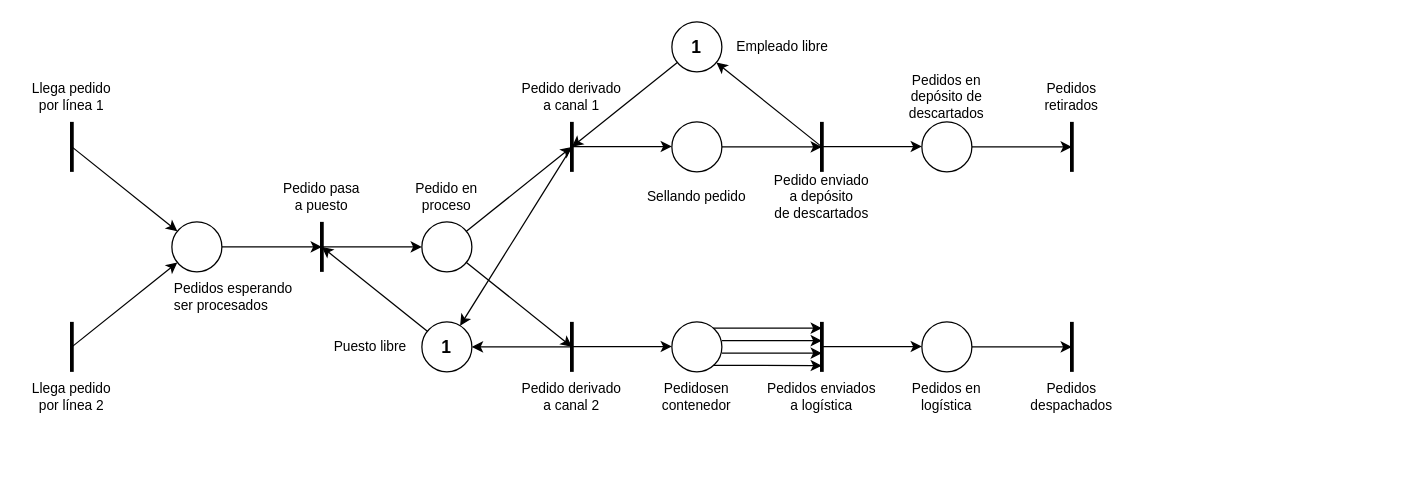
Before: RP_7.drawio in mvalleym/ing_software1, a draw.io diagram. Source tidied: cells renumbered, new cells numbered last; positions are measured from the earlier drawing's top-left corner, leaving out a move shared by most shapes. Both pictures are drawn from the tidied source at 125%, with x=0, y=0 at pixel (21, 21).
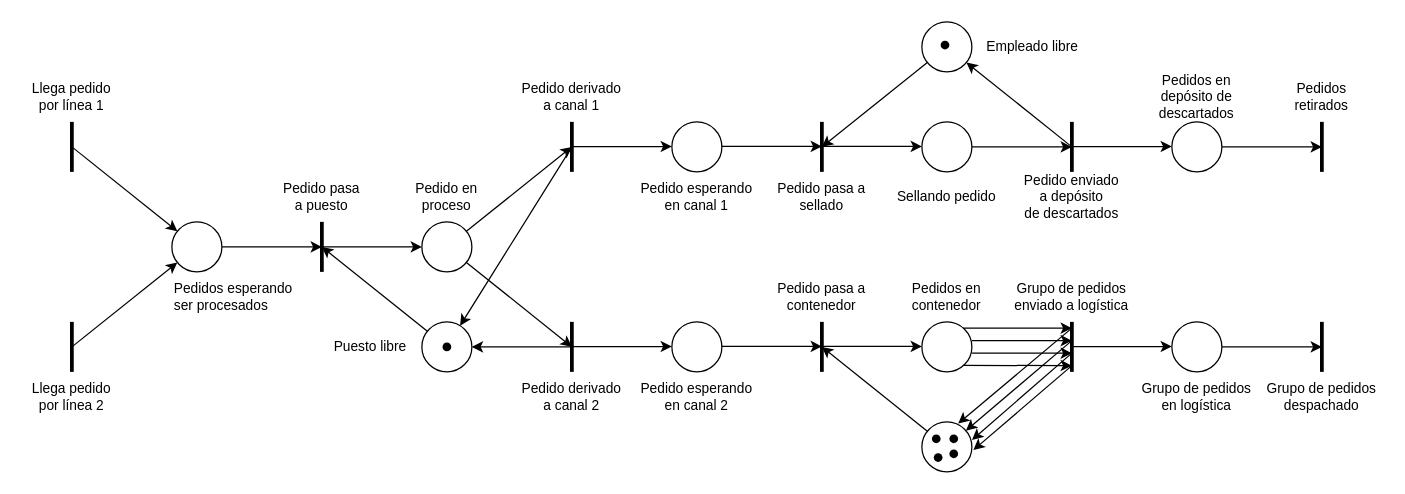
The same diagram, later.

What changed in the source:
```diff
@@
     <mxCell id="12" style="edgeStyle=none;rounded=0;jettySize=auto;html=1;strokeWidth=1;" parent="1" edge="1" source="13">
       <mxGeometry relative="1" as="geometry">
-        <mxPoint x="440" y="100" as="targetPoint" />
+        <mxPoint x="640" y="100" as="targetPoint" />
       </mxGeometry>
     </mxCell>
     <mxCell id="13" style="ellipse;whiteSpace=wrap;html=1;" parent="1" vertex="1">
-      <mxGeometry x="520" width="40" height="40" as="geometry" />
+      <mxGeometry x="720" width="40" height="40" as="geometry" />
     </mxCell>
     <mxCell id="14" style="endArrow=none;html=1;strokeWidth=3;" parent="1" edge="1">
       <mxGeometry relative="1" as="geometry">
-        <mxPoint x="640" y="120" as="sourcePoint" />
-        <mxPoint x="640" y="80" as="targetPoint" />
+        <mxPoint x="840" y="120" as="sourcePoint" />
+        <mxPoint x="840" y="80" as="targetPoint" />
       </mxGeometry>
     </mxCell>
     <mxCell id="15" style="edgeStyle=none;rounded=0;orthogonalLoop=1;jettySize=auto;html=1;strokeWidth=1;" parent="1" edge="1">
       <mxGeometry relative="1" as="geometry">
-        <mxPoint x="560" y="255" as="sourcePoint" />
-        <mxPoint x="640" y="255" as="targetPoint" />
+        <mxPoint x="760" y="255" as="sourcePoint" />
+        <mxPoint x="840" y="255" as="targetPoint" />
       </mxGeometry>
     </mxCell>
     <mxCell id="16" style="ellipse;whiteSpace=wrap;html=1;" parent="1" vertex="1">
-      <mxGeometry x="520" y="240" width="40" height="40" as="geometry" />
+      <mxGeometry x="720" y="240" width="40" height="40" as="geometry" />
     </mxCell>
     <mxCell id="17" style="endArrow=none;html=1;strokeWidth=3;" parent="1" edge="1">
       <mxGeometry relative="1" as="geometry">
-        <mxPoint x="640" y="280" as="sourcePoint" />
-        <mxPoint x="640" y="240" as="targetPoint" />
+        <mxPoint x="840" y="280" as="sourcePoint" />
+        <mxPoint x="840" y="240" as="targetPoint" />
       </mxGeometry>
     </mxCell>
     <mxCell id="18" style="edgeStyle=none;rounded=0;jettySize=auto;html=1;strokeWidth=1;" parent="1" edge="1" source="19">
       <mxGeometry relative="1" as="geometry">
-        <mxPoint x="640" y="100" as="targetPoint" />
+        <mxPoint x="840" y="100" as="targetPoint" />
       </mxGeometry>
     </mxCell>
     <mxCell id="19" style="ellipse;whiteSpace=wrap;html=1;" parent="1" vertex="1">
-      <mxGeometry x="520" y="80" width="40" height="40" as="geometry" />
+      <mxGeometry x="720" y="80" width="40" height="40" as="geometry" />
     </mxCell>
     <mxCell id="20" style="edgeStyle=none;rounded=0;jettySize=auto;html=1;strokeWidth=1;" parent="1" edge="1" source="21">
       <mxGeometry relative="1" as="geometry">
-        <mxPoint x="840" y="260" as="targetPoint" />
+        <mxPoint x="1040" y="260" as="targetPoint" />
       </mxGeometry>
     </mxCell>
     <mxCell id="21" style="ellipse;whiteSpace=wrap;html=1;" parent="1" vertex="1">
-      <mxGeometry x="720" y="240" width="40" height="40" as="geometry" />
+      <mxGeometry x="920" y="240" width="40" height="40" as="geometry" />
     </mxCell>
     <mxCell id="22" style="endArrow=none;html=1;strokeWidth=3;" parent="1" edge="1">
       <mxGeometry relative="1" as="geometry">
-        <mxPoint x="840" y="280" as="sourcePoint" />
-        <mxPoint x="840" y="240" as="targetPoint" />
+        <mxPoint x="1040" y="280" as="sourcePoint" />
+        <mxPoint x="1040" y="240" as="targetPoint" />
       </mxGeometry>
     </mxCell>
     <mxCell id="23" style="edgeStyle=none;rounded=0;jettySize=auto;html=1;strokeWidth=1;" parent="1" edge="1" source="24">
       <mxGeometry relative="1" as="geometry">
-        <mxPoint x="840" y="100" as="targetPoint" />
+        <mxPoint x="1040" y="100" as="targetPoint" />
       </mxGeometry>
     </mxCell>
     <mxCell id="24" style="ellipse;whiteSpace=wrap;html=1;" parent="1" vertex="1">
-      <mxGeometry x="720" y="80" width="40" height="40" as="geometry" />
+      <mxGeometry x="920" y="80" width="40" height="40" as="geometry" />
     </mxCell>
     <mxCell id="25" style="endArrow=none;html=1;strokeWidth=3;" parent="1" edge="1">
       <mxGeometry relative="1" as="geometry">
-        <mxPoint x="840" y="120" as="sourcePoint" />
-        <mxPoint x="840" y="80" as="targetPoint" />
+        <mxPoint x="1040" y="120" as="sourcePoint" />
+        <mxPoint x="1040" y="80" as="targetPoint" />
       </mxGeometry>
     </mxCell>
@@
     <mxCell id="28" style="edgeStyle=none;rounded=0;orthogonalLoop=1;jettySize=auto;html=1;strokeWidth=1;" parent="1" edge="1">
       <mxGeometry relative="1" as="geometry">
-        <mxPoint x="640" y="99.7" as="sourcePoint" />
-        <mxPoint x="720" y="99.7" as="targetPoint" />
+        <mxPoint x="840" y="99.7" as="sourcePoint" />
+        <mxPoint x="920" y="99.7" as="targetPoint" />
       </mxGeometry>
     </mxCell>
     <mxCell id="29" style="edgeStyle=none;rounded=0;orthogonalLoop=1;jettySize=auto;html=1;strokeWidth=1;" parent="1" edge="1">
       <mxGeometry relative="1" as="geometry">
-        <mxPoint x="640" y="259.7" as="sourcePoint" />
-        <mxPoint x="720" y="259.7" as="targetPoint" />
+        <mxPoint x="840" y="259.7" as="sourcePoint" />
+        <mxPoint x="920" y="259.7" as="targetPoint" />
       </mxGeometry>
     </mxCell>
@@
     <mxCell id="33" style="edgeStyle=none;rounded=0;jettySize=auto;html=1;strokeWidth=1;" parent="1" edge="1" target="13">
       <mxGeometry relative="1" as="geometry">
-        <mxPoint x="640" y="100" as="sourcePoint" />
+        <mxPoint x="840" y="100" as="sourcePoint" />
       </mxGeometry>
     </mxCell>
-    <mxCell id="34" value="&lt;b&gt;&lt;font style=&quot;font-size: 14px&quot;&gt;1&lt;/font&gt;&lt;/b&gt;" style="text;html=1;strokeColor=none;fillColor=none;align=center;verticalAlign=middle;whiteSpace=wrap;rounded=0;" parent="1" vertex="1">
-      <mxGeometry x="520" y="10" width="40" height="20" as="geometry" />
-    </mxCell>
@@
-    <mxCell id="39" value="1" style="text;html=1;strokeColor=none;fillColor=none;align=center;verticalAlign=middle;whiteSpace=wrap;rounded=0;fontStyle=1;fontSize=14;" parent="1" vertex="1">
-      <mxGeometry x="320" y="250" width="40" height="20" as="geometry" />
-    </mxCell>
     <mxCell id="40" style="edgeStyle=none;rounded=0;orthogonalLoop=1;jettySize=auto;html=1;strokeWidth=1;" parent="1" edge="1">
       <mxGeometry relative="1" as="geometry">
-        <mxPoint x="553" y="245" as="sourcePoint" />
-        <mxPoint x="640" y="245" as="targetPoint" />
+        <mxPoint x="753" y="245" as="sourcePoint" />
+        <mxPoint x="840" y="245" as="targetPoint" />
       </mxGeometry>
     </mxCell>
     <mxCell id="41" style="edgeStyle=none;rounded=0;orthogonalLoop=1;jettySize=auto;html=1;strokeWidth=1;" parent="1" edge="1">
       <mxGeometry relative="1" as="geometry">
-        <mxPoint x="560" y="265" as="sourcePoint" />
-        <mxPoint x="640" y="265" as="targetPoint" />
+        <mxPoint x="760" y="265" as="sourcePoint" />
+        <mxPoint x="840" y="265" as="targetPoint" />
       </mxGeometry>
     </mxCell>
     <mxCell id="42" style="edgeStyle=none;rounded=0;orthogonalLoop=1;jettySize=auto;html=1;strokeWidth=1;" parent="1" edge="1">
       <mxGeometry relative="1" as="geometry">
-        <mxPoint x="553" y="274.8" as="sourcePoint" />
-        <mxPoint x="640" y="275" as="targetPoint" />
+        <mxPoint x="753" y="274.8" as="sourcePoint" />
+        <mxPoint x="840" y="275" as="targetPoint" />
       </mxGeometry>
     </mxCell>
@@
     <mxCell id="51" value="Sellando pedido" style="text;html=1;strokeColor=none;fillColor=none;align=center;verticalAlign=middle;whiteSpace=wrap;rounded=0;fontSize=11;" parent="1" vertex="1">
-      <mxGeometry x="490" y="120" width="100" height="40" as="geometry" />
+      <mxGeometry x="690" y="120" width="100" height="40" as="geometry" />
     </mxCell>
     <mxCell id="52" value="Empleado libre" style="text;html=1;strokeColor=none;fillColor=none;align=left;verticalAlign=middle;whiteSpace=wrap;rounded=0;fontSize=11;" parent="1" vertex="1">
-      <mxGeometry x="570" width="100" height="40" as="geometry" />
+      <mxGeometry x="770" width="100" height="40" as="geometry" />
     </mxCell>
-    <mxCell id="53" value="Pedidosen contenedor" style="text;html=1;strokeColor=none;fillColor=none;align=center;verticalAlign=middle;whiteSpace=wrap;rounded=0;fontSize=11;" parent="1" vertex="1">
-      <mxGeometry x="490" y="280" width="100" height="40" as="geometry" />
-    </mxCell>
-    <mxCell id="54" value="&lt;div&gt;Pedidos enviados&lt;/div&gt;&lt;div&gt;a logística&lt;br&gt;&lt;/div&gt;" style="text;html=1;strokeColor=none;fillColor=none;align=center;verticalAlign=middle;whiteSpace=wrap;rounded=0;fontSize=11;" parent="1" vertex="1">
-      <mxGeometry x="590" y="280" width="100" height="40" as="geometry" />
-    </mxCell>
-    <mxCell id="55" value="&lt;div&gt;Pedidos en&lt;/div&gt;&lt;div&gt;logística&lt;br&gt;&lt;/div&gt;" style="text;html=1;strokeColor=none;fillColor=none;align=center;verticalAlign=middle;whiteSpace=wrap;rounded=0;fontSize=11;" parent="1" vertex="1">
-      <mxGeometry x="690" y="280" width="100" height="40" as="geometry" />
-    </mxCell>
-    <mxCell id="56" value="&lt;div&gt;Pedidos despachados&lt;/div&gt;" style="text;html=1;strokeColor=none;fillColor=none;align=center;verticalAlign=middle;whiteSpace=wrap;rounded=0;fontSize=11;" parent="1" vertex="1">
-      <mxGeometry x="790" y="280" width="100" height="40" as="geometry" />
+    <mxCell id="56" value="&lt;div&gt;Grupo de pedidos despachado&lt;/div&gt;" style="text;html=1;strokeColor=none;fillColor=none;align=center;verticalAlign=middle;whiteSpace=wrap;rounded=0;fontSize=11;" parent="1" vertex="1">
+      <mxGeometry x="990" y="280" width="100" height="40" as="geometry" />
     </mxCell>
     <mxCell id="57" value="&lt;div&gt;Pedidos&lt;/div&gt;&lt;div&gt;retirados&lt;/div&gt;" style="text;html=1;strokeColor=none;fillColor=none;align=center;verticalAlign=middle;whiteSpace=wrap;rounded=0;fontSize=11;" parent="1" vertex="1">
-      <mxGeometry x="790" y="40" width="100" height="40" as="geometry" />
+      <mxGeometry x="990" y="40" width="100" height="40" as="geometry" />
     </mxCell>
     <mxCell id="58" value="&lt;div&gt;Pedidos en depósito de descartados&lt;br&gt;&lt;/div&gt;" style="text;html=1;strokeColor=none;fillColor=none;align=center;verticalAlign=middle;whiteSpace=wrap;rounded=0;fontSize=11;" parent="1" vertex="1">
-      <mxGeometry x="690" y="40" width="100" height="40" as="geometry" />
+      <mxGeometry x="890" y="40" width="100" height="40" as="geometry" />
     </mxCell>
     <mxCell id="59" value="&lt;div&gt;Pedido enviado&lt;/div&gt;&lt;div&gt;a depósito&lt;/div&gt;&lt;div&gt;de descartados&lt;br&gt;&lt;/div&gt;" style="text;html=1;strokeColor=none;fillColor=none;align=center;verticalAlign=middle;whiteSpace=wrap;rounded=0;fontSize=11;" parent="1" vertex="1">
-      <mxGeometry x="590" y="120" width="100" height="40" as="geometry" />
+      <mxGeometry x="790" y="120" width="100" height="40" as="geometry" />
     </mxCell>
+    <mxCell id="60" style="endArrow=none;html=1;strokeWidth=3;" parent="1" edge="1">
+      <mxGeometry relative="1" as="geometry">
+        <mxPoint x="640" y="120" as="sourcePoint" />
+        <mxPoint x="640" y="80" as="targetPoint" />
+      </mxGeometry>
+    </mxCell>
+    <mxCell id="61" style="ellipse;whiteSpace=wrap;html=1;" parent="1" vertex="1">
+      <mxGeometry x="520" y="80" width="40" height="40" as="geometry" />
+    </mxCell>
+    <mxCell id="62" style="edgeStyle=none;rounded=0;orthogonalLoop=1;jettySize=auto;html=1;strokeWidth=1;" parent="1" edge="1">
+      <mxGeometry relative="1" as="geometry">
+        <mxPoint x="560" y="99.6" as="sourcePoint" />
+        <mxPoint x="640" y="99.6" as="targetPoint" />
+      </mxGeometry>
+    </mxCell>
+    <mxCell id="63" style="edgeStyle=none;rounded=0;orthogonalLoop=1;jettySize=auto;html=1;strokeWidth=1;" parent="1" edge="1">
+      <mxGeometry relative="1" as="geometry">
+        <mxPoint x="640" y="99.6" as="sourcePoint" />
+        <mxPoint x="720" y="99.6" as="targetPoint" />
+      </mxGeometry>
+    </mxCell>
+    <mxCell id="64" style="endArrow=none;html=1;strokeWidth=3;" parent="1" edge="1">
+      <mxGeometry relative="1" as="geometry">
+        <mxPoint x="640" y="280" as="sourcePoint" />
+        <mxPoint x="640" y="240" as="targetPoint" />
+      </mxGeometry>
+    </mxCell>
+    <mxCell id="65" style="ellipse;whiteSpace=wrap;html=1;" parent="1" vertex="1">
+      <mxGeometry x="520" y="240" width="40" height="40" as="geometry" />
+    </mxCell>
+    <mxCell id="66" style="edgeStyle=none;rounded=0;orthogonalLoop=1;jettySize=auto;html=1;strokeWidth=1;" parent="1" edge="1">
+      <mxGeometry relative="1" as="geometry">
+        <mxPoint x="560" y="259.6" as="sourcePoint" />
+        <mxPoint x="640" y="259.6" as="targetPoint" />
+      </mxGeometry>
+    </mxCell>
+    <mxCell id="67" style="edgeStyle=none;rounded=0;orthogonalLoop=1;jettySize=auto;html=1;strokeWidth=1;" parent="1" edge="1">
+      <mxGeometry relative="1" as="geometry">
+        <mxPoint x="640" y="259.6" as="sourcePoint" />
+        <mxPoint x="720" y="259.6" as="targetPoint" />
+      </mxGeometry>
+    </mxCell>
+    <mxCell id="68" value="&lt;div&gt;Pedido esperando&lt;br&gt;&lt;/div&gt;&lt;div&gt;en canal 2&lt;br&gt;&lt;/div&gt;" style="text;html=1;strokeColor=none;fillColor=none;align=center;verticalAlign=middle;whiteSpace=wrap;rounded=0;fontSize=11;" parent="1" vertex="1">
+      <mxGeometry x="490" y="280" width="100" height="40" as="geometry" />
+    </mxCell>
+    <mxCell id="69" value="&lt;div&gt;Pedido esperando&lt;br&gt;&lt;/div&gt;&lt;div&gt;en canal 1&lt;br&gt;&lt;/div&gt;" style="text;html=1;strokeColor=none;fillColor=none;align=center;verticalAlign=middle;whiteSpace=wrap;rounded=0;fontSize=11;" parent="1" vertex="1">
+      <mxGeometry x="490" y="120" width="100" height="40" as="geometry" />
+    </mxCell>
+    <mxCell id="70" value="Pedidos en contenedor" style="text;html=1;strokeColor=none;fillColor=none;align=center;verticalAlign=middle;whiteSpace=wrap;rounded=0;fontSize=11;" parent="1" vertex="1">
+      <mxGeometry x="690" y="200" width="100" height="40" as="geometry" />
+    </mxCell>
+    <mxCell id="71" value="&lt;div&gt;Grupo de pedidos enviado a logística&lt;br&gt;&lt;/div&gt;" style="text;html=1;strokeColor=none;fillColor=none;align=center;verticalAlign=middle;whiteSpace=wrap;rounded=0;fontSize=11;" parent="1" vertex="1">
+      <mxGeometry x="790" y="200" width="100" height="40" as="geometry" />
+    </mxCell>
+    <mxCell id="72" style="ellipse;whiteSpace=wrap;html=1;" parent="1" vertex="1">
+      <mxGeometry x="720" y="320" width="40" height="40" as="geometry" />
+    </mxCell>
+    <mxCell id="73" style="edgeStyle=none;rounded=0;jettySize=auto;html=1;strokeWidth=1;entryX=1.031;entryY=0.563;entryDx=0;entryDy=0;entryPerimeter=0;" parent="1" edge="1" target="72">
+      <mxGeometry relative="1" as="geometry">
+        <mxPoint x="840" y="275" as="sourcePoint" />
+      </mxGeometry>
+    </mxCell>
+    <mxCell id="74" style="edgeStyle=none;rounded=0;jettySize=auto;html=1;strokeWidth=1;entryX=1.003;entryY=0.361;entryDx=0;entryDy=0;entryPerimeter=0;" parent="1" edge="1" target="72">
+      <mxGeometry relative="1" as="geometry">
+        <mxPoint x="840" y="265" as="sourcePoint" />
+      </mxGeometry>
+    </mxCell>
+    <mxCell id="75" style="edgeStyle=none;rounded=0;jettySize=auto;html=1;strokeWidth=1;entryX=0.725;entryY=0.035;entryDx=0;entryDy=0;entryPerimeter=0;" parent="1" edge="1" target="72">
+      <mxGeometry relative="1" as="geometry">
+        <mxPoint x="840" y="245" as="sourcePoint" />
+      </mxGeometry>
+    </mxCell>
+    <mxCell id="76" style="edgeStyle=none;rounded=0;jettySize=auto;html=1;strokeWidth=1;" parent="1" edge="1" target="72">
+      <mxGeometry relative="1" as="geometry">
+        <mxPoint x="840" y="255" as="sourcePoint" />
+      </mxGeometry>
+    </mxCell>
+    <mxCell id="77" style="edgeStyle=none;rounded=0;jettySize=auto;html=1;strokeWidth=1;" parent="1" edge="1" source="72">
+      <mxGeometry relative="1" as="geometry">
+        <mxPoint x="640" y="260" as="targetPoint" />
+      </mxGeometry>
+    </mxCell>
+    <mxCell id="78" style="ellipse;whiteSpace=wrap;html=1;strokeColor=none;fillColor=#000000;" parent="1" vertex="1">
+      <mxGeometry x="735" y="15" width="7" height="7" as="geometry" />
+    </mxCell>
+    <mxCell id="79" style="ellipse;whiteSpace=wrap;html=1;strokeColor=none;fillColor=#000000;" parent="1" vertex="1">
+      <mxGeometry x="336.5" y="256.5" width="7" height="7" as="geometry" />
+    </mxCell>
+    <mxCell id="80" style="ellipse;whiteSpace=wrap;html=1;strokeColor=none;fillColor=#000000;" parent="1" vertex="1">
+      <mxGeometry x="728" y="330" width="7" height="7" as="geometry" />
+    </mxCell>
+    <mxCell id="81" style="ellipse;whiteSpace=wrap;html=1;strokeColor=none;fillColor=#000000;" parent="1" vertex="1">
+      <mxGeometry x="742" y="330" width="7" height="7" as="geometry" />
+    </mxCell>
+    <mxCell id="82" style="ellipse;whiteSpace=wrap;html=1;strokeColor=none;fillColor=#000000;" parent="1" vertex="1">
+      <mxGeometry x="742" y="342" width="7" height="7" as="geometry" />
+    </mxCell>
+    <mxCell id="83" style="ellipse;whiteSpace=wrap;html=1;strokeColor=none;fillColor=#000000;" parent="1" vertex="1">
+      <mxGeometry x="729.5" y="345" width="7" height="7" as="geometry" />
+    </mxCell>
+    <mxCell id="84" value="Pedido pasa a sellado" style="text;html=1;strokeColor=none;fillColor=none;align=center;verticalAlign=middle;whiteSpace=wrap;rounded=0;fontSize=11;" parent="1" vertex="1">
+      <mxGeometry x="590" y="120" width="100" height="40" as="geometry" />
+    </mxCell>
+    <mxCell id="85" value="Pedido pasa a contenedor" style="text;html=1;strokeColor=none;fillColor=none;align=center;verticalAlign=middle;whiteSpace=wrap;rounded=0;fontSize=11;" parent="1" vertex="1">
+      <mxGeometry x="590" y="200" width="100" height="40" as="geometry" />
+    </mxCell>
+    <mxCell id="86" value="&lt;div&gt;Grupo de pedidos en logística&lt;br&gt;&lt;/div&gt;" style="text;html=1;strokeColor=none;fillColor=none;align=center;verticalAlign=middle;whiteSpace=wrap;rounded=0;fontSize=11;" parent="1" vertex="1">
+      <mxGeometry x="890" y="280" width="100" height="40" as="geometry" />
+    </mxCell>
```
